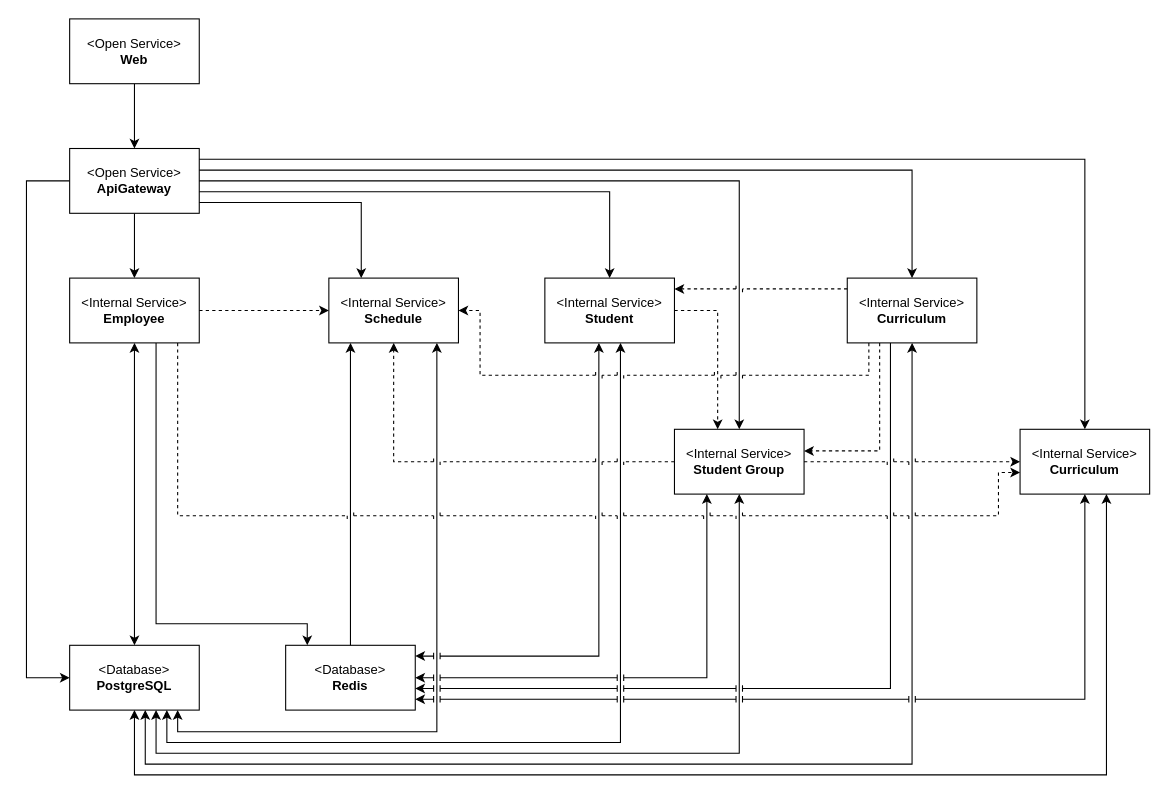
The draw.io diagram docs/architecture.drawio in IrusHunter/duckademic, before the edit. Source tidied: cells renumbered, new cells numbered last; positions are measured from the earlier drawing's top-left corner, leaving out a move shared by most shapes. Both pictures are drawn from the tidied source at 108%, with x=0, y=0 at pixel (26, 18).
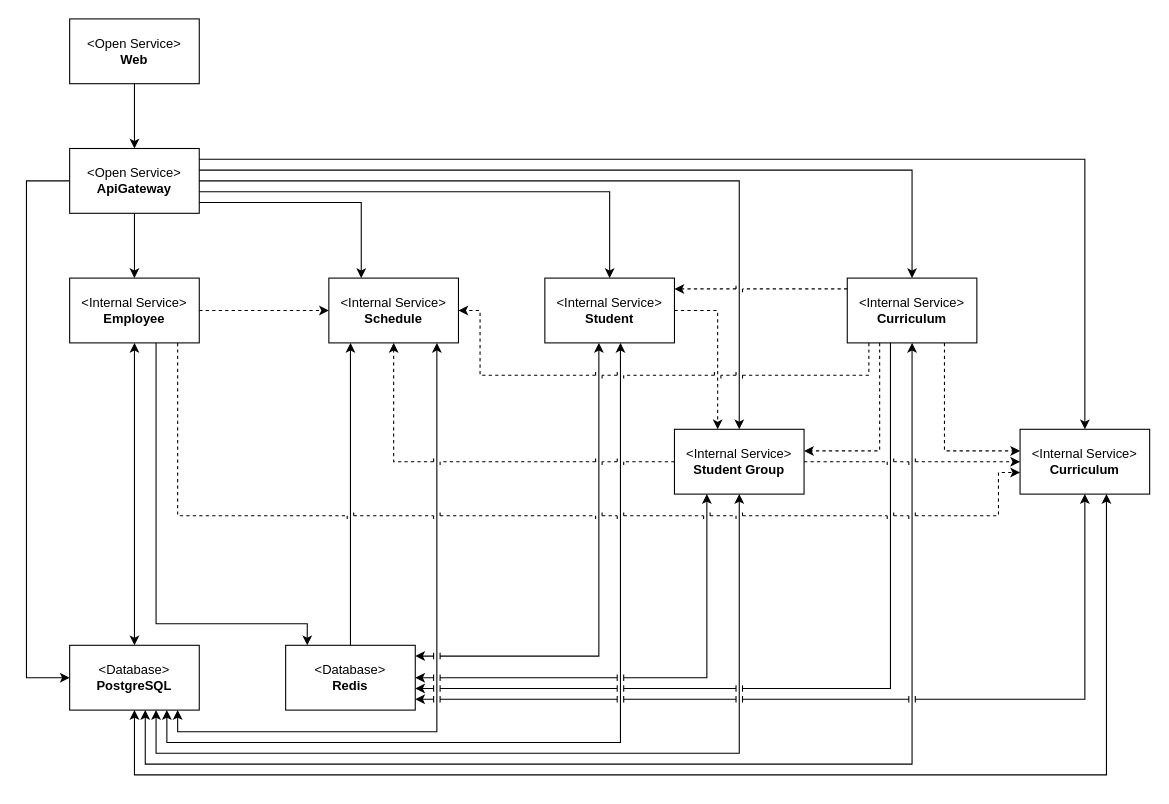
After the change.

Unchanged cells that the change refers to:
```xml
<mxCell id="27" value="&amp;lt;Internal Service&amp;gt;&lt;div&gt;&lt;b&gt;Curriculum&lt;/b&gt;&lt;/div&gt;" style="html=1;whiteSpace=wrap;" parent="1" vertex="1">
  <mxGeometry x="760" y="240" width="120" height="60" as="geometry" />
</mxCell>
<mxCell id="35" value="&amp;lt;Internal Service&amp;gt;&lt;div&gt;&lt;b&gt;Curriculum&lt;/b&gt;&lt;/div&gt;" style="html=1;whiteSpace=wrap;" parent="1" vertex="1">
  <mxGeometry x="920" y="380" width="120" height="60" as="geometry" />
</mxCell>
```

The edit, as a diff of the source:
```diff
@@
+    <mxCell id="41" style="edgeStyle=orthogonalEdgeStyle;html=1;rounded=0;curved=0;dashed=1;jumpStyle=line;" parent="1" edge="1" source="27" target="35">
+      <mxGeometry relative="1" as="geometry">
+        <Array as="points">
+          <mxPoint x="850" y="400" />
+        </Array>
+      </mxGeometry>
+    </mxCell>
```
